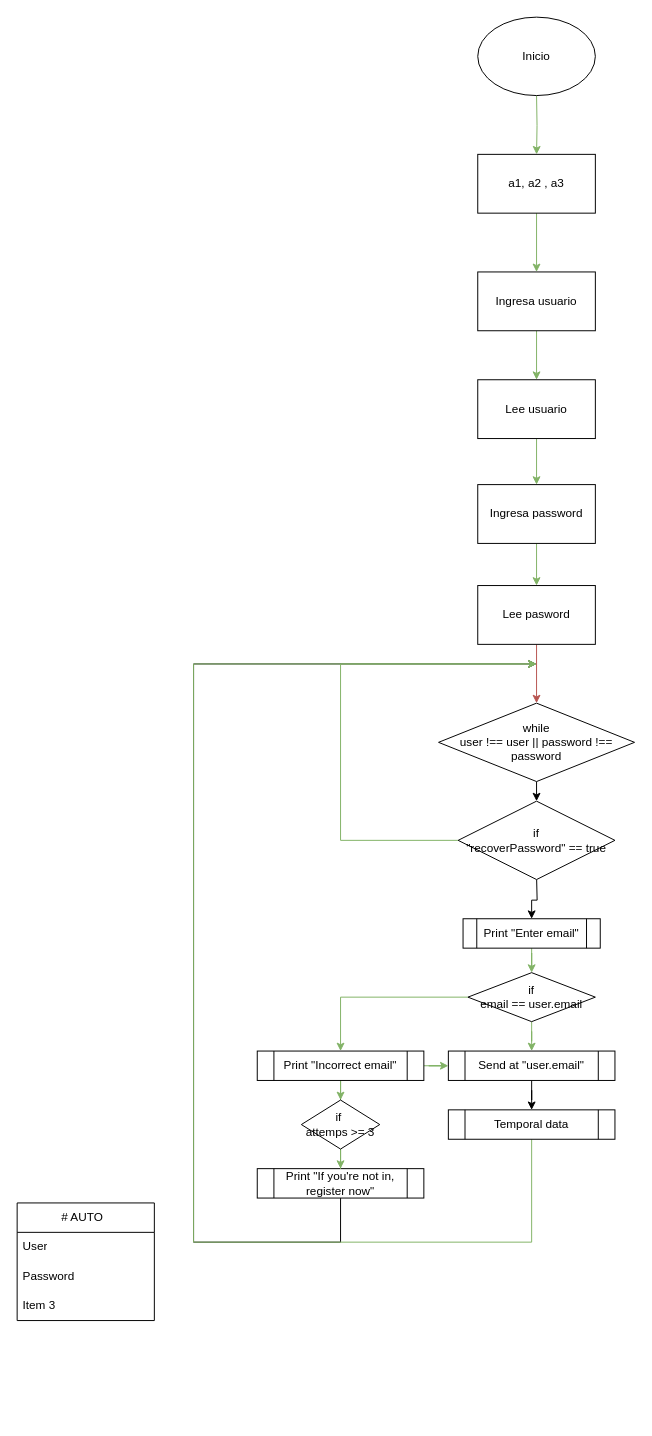
The draw.io diagram Diagrama sin título.drawio in VictorJ-Ch/Cafeteria-Menu, before the edit. Source tidied: cells renumbered, new cells numbered last; positions are measured from the earlier drawing's top-left corner, leaving out a move shared by most shapes. Both pictures are drawn from the tidied source at 98%, with x=0, y=0 at pixel (17, 17).
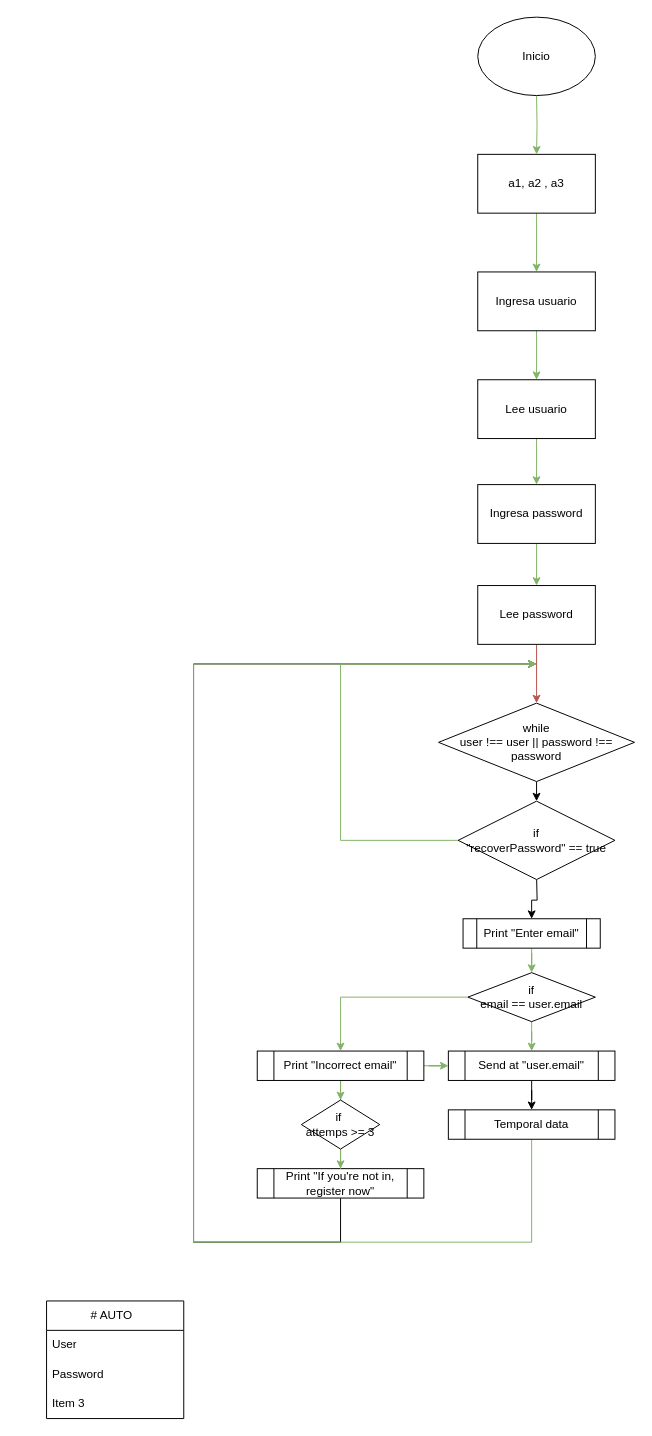
The same page after the edit.

What changed in the source:
```diff
@@
-    <mxCell id="12" value="Lee pasword" style="rounded=0;whiteSpace=wrap;html=1;" parent="1" vertex="1">
+    <mxCell id="12" value="Lee password" style="rounded=0;whiteSpace=wrap;html=1;" parent="1" vertex="1">
       <mxGeometry x="470" y="580" width="120" height="60" as="geometry" />
     </mxCell>
@@
     <mxCell id="32" value="# AUTO&amp;nbsp;&amp;nbsp;" style="swimlane;fontStyle=0;horizontal=1;startSize=30;whiteSpace=wrap;html=1;" parent="1" vertex="1">
-      <mxGeometry y="1210" width="140" height="120" as="geometry" />
+      <mxGeometry x="30" y="1310" width="140" height="120" as="geometry" />
     </mxCell>
```
